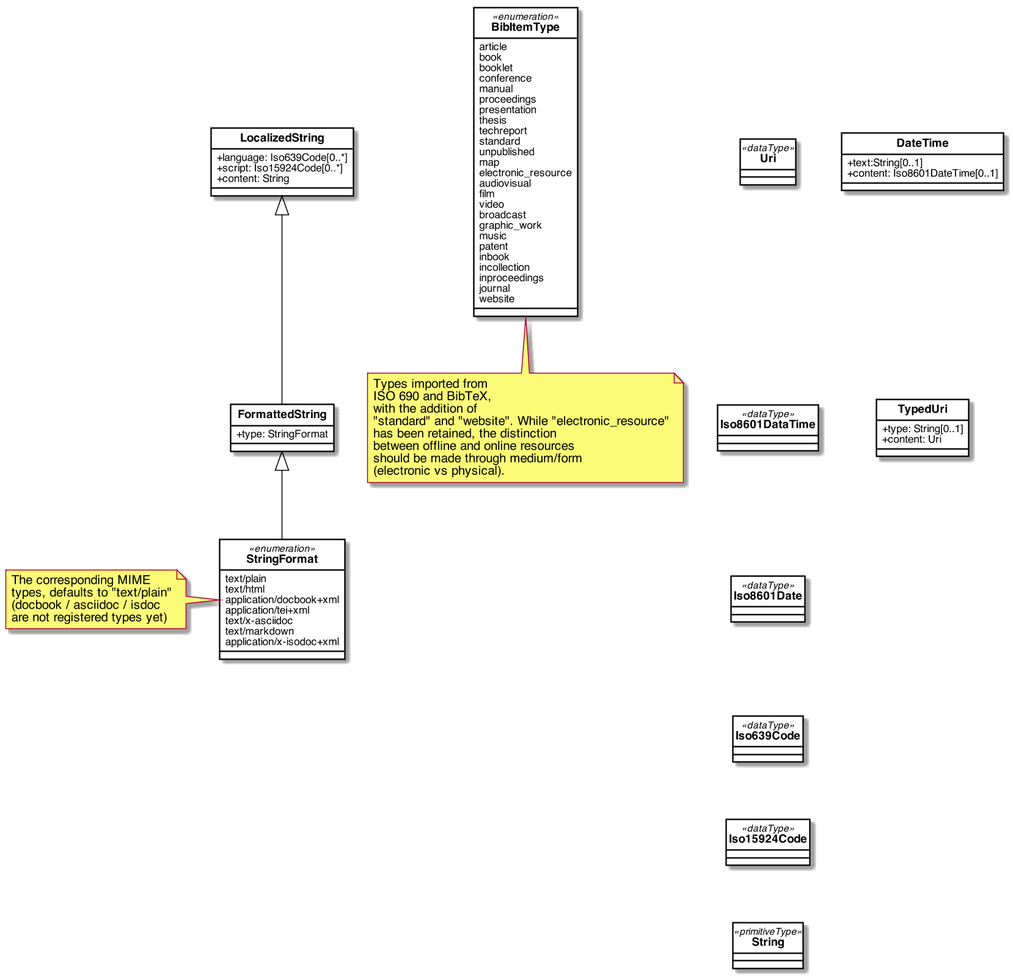
Earlier version of the PlantUML export images/RelBib_DataTypes.png (relaton/relaton-models).
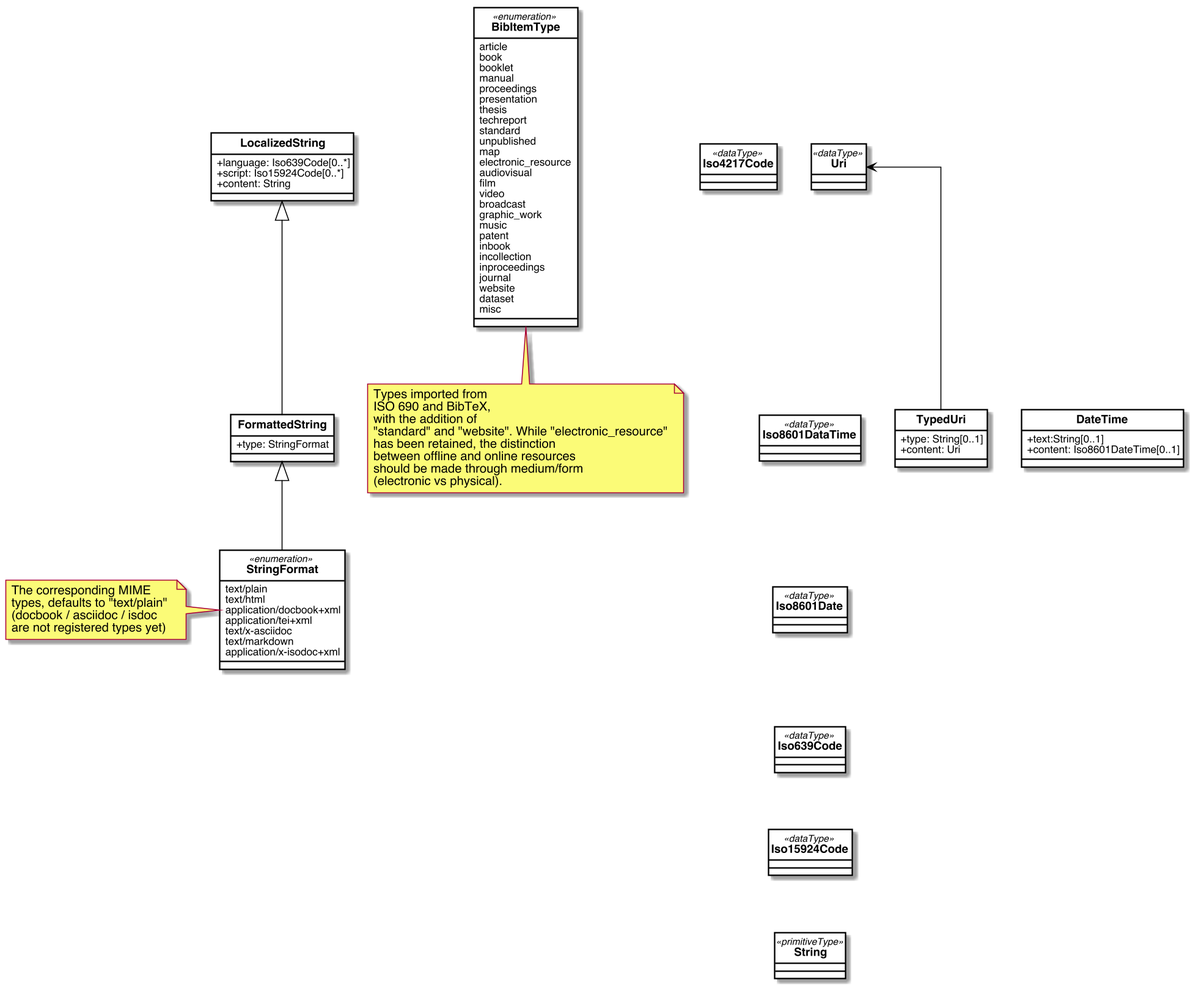
Later version of the same file.

What changed in the source:
```diff
@@ -63,6 +63,9 @@
 
     }
 
+    class Iso4217Code <<dataType>> {
+    }
+
     class String <<primitiveType>> {
 
     }
@@ -109,7 +112,6 @@
     article
     book
     booklet
-    conference
     manual
     proceedings
     presentation
@@ -131,6 +133,8 @@
     inproceedings
     journal
     website
+    dataset
+    misc
 }
 
 note bottom of BibItemType: Types imported from\nISO 690 and BibTeX,\nwith the addition of\n"standard" and "website". While "electronic_resource"\nhas been retained, the distinction\nbetween offline and online resources\nshould be made through medium/form\n(electronic vs physical).
@@ -141,9 +145,9 @@
 Iso8601Date -[hidden]- Iso639Code
 Iso639Code -[hidden]- Iso15924Code
 Iso15924Code -[hidden]- String
-DateTime -[hidden]- TypedUri
 
 LocalizedString <|-- FormattedString
 FormattedString <|-- StringFormat
+Uri <-- TypedUri
 
 @enduml
```
